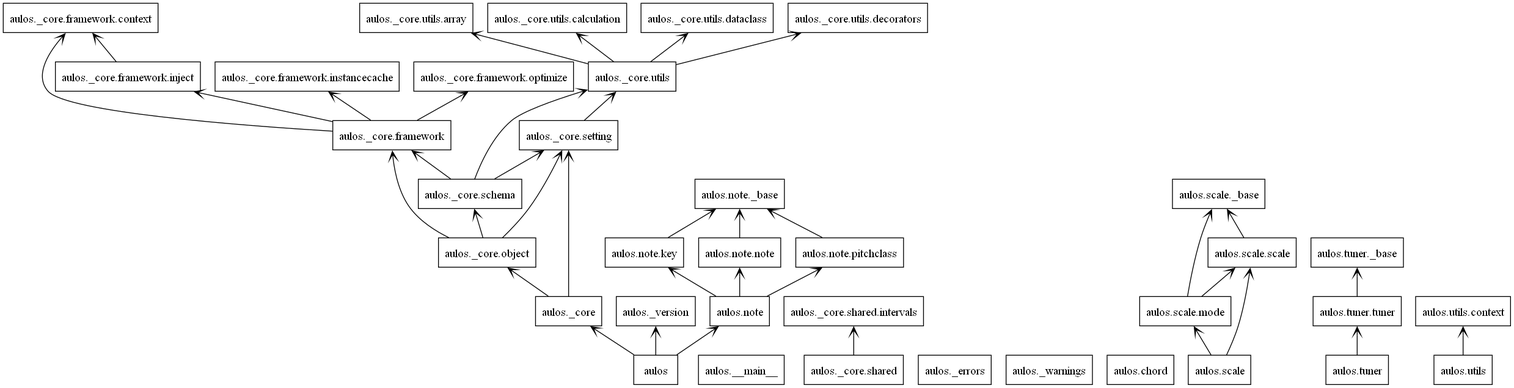
Oujox/aulos keeps this PlantUML diagram as documents/design/class-diagram/packages.png. Above is the earlier version. Its source is kept beside it as documents/design/class-diagram/packages.puml.
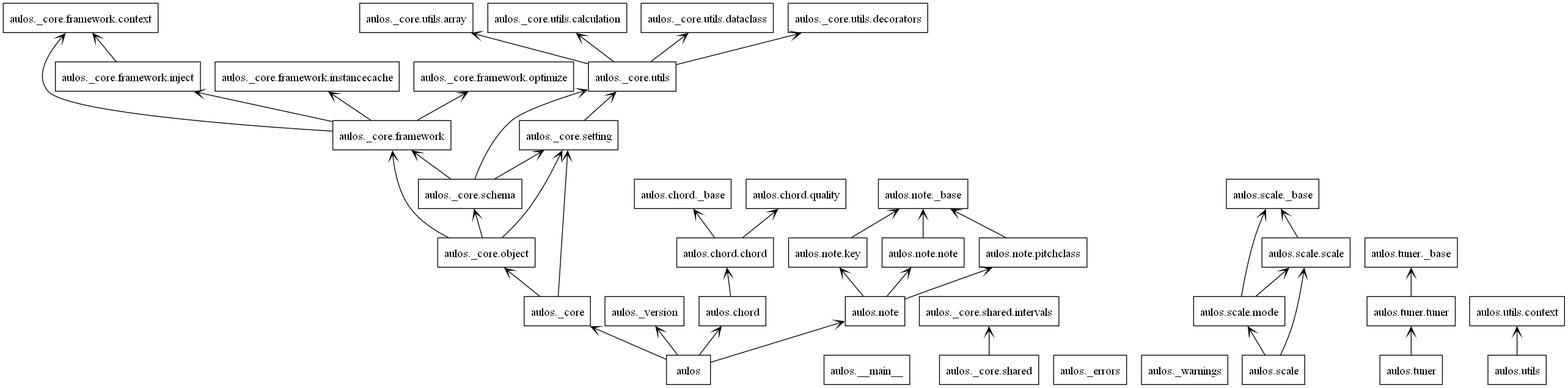
Above is the later version.

The edit, as a diff of the source:
```diff
@@ -44,6 +44,12 @@
 }
 package "aulos.chord" as aulos.chord {
 }
+package "aulos.chord._base" as aulos.chord._base {
+}
+package "aulos.chord.chord" as aulos.chord.chord {
+}
+package "aulos.chord.quality" as aulos.chord.quality {
+}
 package "aulos.note" as aulos.note {
 }
 package "aulos.note._base" as aulos.note._base {
@@ -74,6 +80,7 @@
 }
 aulos --> aulos._core
 aulos --> aulos._version
+aulos --> aulos.chord
 aulos --> aulos.note
 aulos._core --> aulos._core.object
 aulos._core --> aulos._core.setting
@@ -94,6 +101,9 @@
 aulos._core.utils --> aulos._core.utils.calculation
 aulos._core.utils --> aulos._core.utils.dataclass
 aulos._core.utils --> aulos._core.utils.decorators
+aulos.chord --> aulos.chord.chord
+aulos.chord.chord --> aulos.chord._base
+aulos.chord.chord --> aulos.chord.quality
 aulos.note --> aulos.note.key
 aulos.note --> aulos.note.note
 aulos.note --> aulos.note.pitchclass
```
